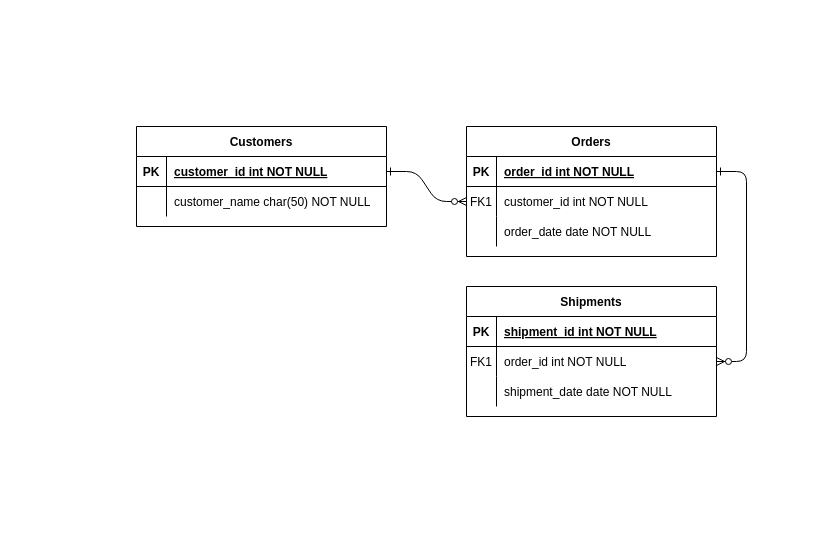
Before: Untitled Diagram.drawio in A41056/ERD, a draw.io diagram. Source tidied: cells renumbered, new cells numbered last; positions are measured from the earlier drawing's top-left corner, leaving out a move shared by most shapes. Both pictures are drawn from the tidied source at 100%, with x=0, y=0 at pixel (136, 126).
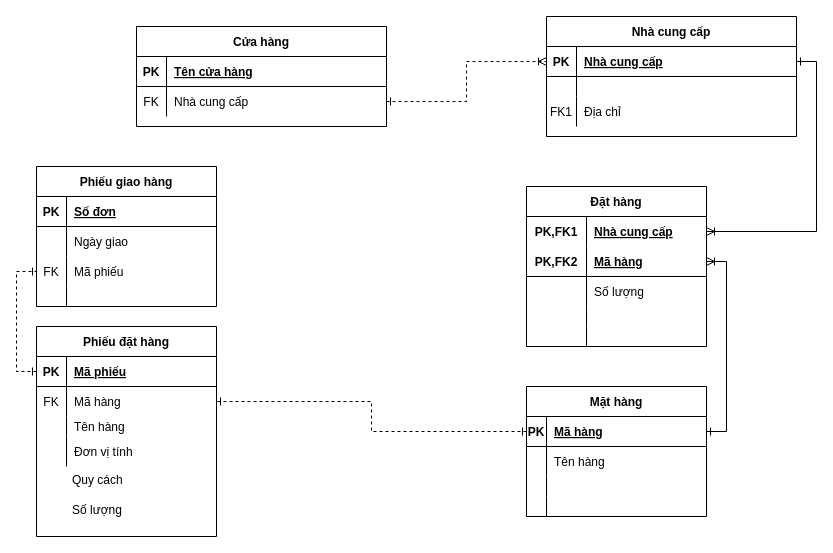
The same diagram, later.

The change refers to these unchanged cells:
```xml
<mxCell id="5" style="shape=partialRectangle;fillColor=none;points=[[0,0.5],[1,0.5]];portConstraint=eastwest;top=0;left=0;right=0;bottom=1;" parent="4" vertex="1">
  <mxGeometry y="30" width="250" height="30" as="geometry" />
</mxCell>
<mxCell id="25" style="shape=partialRectangle;fillColor=none;points=[[0,0.5],[1,0.5]];portConstraint=eastwest;top=0;left=0;right=0;bottom=1;" parent="24" vertex="1">
  <mxGeometry y="30" width="250" height="30" as="geometry" />
</mxCell>
<mxCell id="28" style="shape=partialRectangle;fillColor=none;points=[[0,0.5],[1,0.5]];portConstraint=eastwest;top=0;left=0;right=0;bottom=0;" parent="24" vertex="1">
  <mxGeometry y="60" width="250" height="30" as="geometry" />
</mxCell>
```

Change to the diagram source:
```diff
@@
-    <mxCell id="2" style="edgeStyle=entityRelationEdgeStyle;endArrow=ERzeroToMany;startArrow=ERone;endFill=1;startFill=0;" parent="1" edge="1" source="25" target="8">
-      <mxGeometry relative="1" as="geometry" />
-    </mxCell>
-    <mxCell id="3" style="edgeStyle=entityRelationEdgeStyle;endArrow=ERzeroToMany;startArrow=ERone;endFill=1;startFill=0;" parent="1" edge="1" source="5" target="18">
-      <mxGeometry relative="1" as="geometry" />
-    </mxCell>
-    <mxCell id="4" value="Orders" style="shape=table;startSize=30;childLayout=tableLayout;rowLines=0;fontStyle=1;align=center;" parent="1" vertex="1">
-      <mxGeometry x="330" width="250" height="130" as="geometry" />
+    <mxCell id="4" value="Nhà cung cấp" style="shape=table;startSize=30;childLayout=tableLayout;rowLines=0;fontStyle=1;align=center;" parent="1" vertex="1">
+      <mxGeometry x="410" y="-110" width="250" height="120" as="geometry" />
     </mxCell>
@@
-    <mxCell id="7" value="order_id int NOT NULL " style="shape=partialRectangle;overflow=hidden;fillColor=none;top=0;left=0;bottom=0;right=0;align=left;spacingLeft=6;fontStyle=5;" parent="5" vertex="1">
+    <mxCell id="7" value="Nhà cung cấp" style="shape=partialRectangle;overflow=hidden;fillColor=none;top=0;left=0;bottom=0;right=0;align=left;spacingLeft=6;fontStyle=5;" parent="5" vertex="1">
       <mxGeometry x="30" width="220" height="30" as="geometry" />
     </mxCell>
+    <mxCell id="11" style="shape=partialRectangle;fillColor=none;top=0;left=0;right=0;bottom=0;" parent="4" vertex="1">
+      <mxGeometry y="60" width="250" height="20" as="geometry" />
+    </mxCell>
+    <mxCell id="12" style="shape=partialRectangle;overflow=hidden;fillColor=none;top=0;left=0;bottom=0;right=0;" parent="11" vertex="1">
+      <mxGeometry width="30" height="20" as="geometry" />
+    </mxCell>
+    <mxCell id="13" style="shape=partialRectangle;overflow=hidden;fillColor=none;top=0;left=0;bottom=0;right=0;align=left;spacingLeft=6;" parent="11" vertex="1">
+      <mxGeometry x="30" width="220" height="20" as="geometry" />
+    </mxCell>
     <mxCell id="8" style="shape=partialRectangle;fillColor=none;points=[[0,0.5],[1,0.5]];portConstraint=eastwest;top=0;left=0;right=0;bottom=0;" parent="4" vertex="1">
-      <mxGeometry y="60" width="250" height="30" as="geometry" />
+      <mxGeometry y="80" width="250" height="30" as="geometry" />
     </mxCell>
@@
-    <mxCell id="10" value="customer_id int NOT NULL" style="shape=partialRectangle;overflow=hidden;fillColor=none;top=0;left=0;bottom=0;right=0;align=left;spacingLeft=6;" parent="8" vertex="1">
+    <mxCell id="10" value="Địa chỉ" style="shape=partialRectangle;overflow=hidden;fillColor=none;top=0;left=0;bottom=0;right=0;align=left;spacingLeft=6;" parent="8" vertex="1">
       <mxGeometry x="30" width="220" height="30" as="geometry" />
     </mxCell>
-    <mxCell id="11" style="shape=partialRectangle;fillColor=none;top=0;left=0;right=0;bottom=0;" parent="4" vertex="1">
-      <mxGeometry y="90" width="250" height="30" as="geometry" />
-    </mxCell>
-    <mxCell id="12" style="shape=partialRectangle;overflow=hidden;fillColor=none;top=0;left=0;bottom=0;right=0;" parent="11" vertex="1">
-      <mxGeometry width="30" height="30" as="geometry" />
-    </mxCell>
-    <mxCell id="13" value="order_date date NOT NULL" style="shape=partialRectangle;overflow=hidden;fillColor=none;top=0;left=0;bottom=0;right=0;align=left;spacingLeft=6;" parent="11" vertex="1">
-      <mxGeometry x="30" width="220" height="30" as="geometry" />
-    </mxCell>
-    <mxCell id="14" value="Shipments" style="shape=table;startSize=30;childLayout=tableLayout;rowLines=0;fontStyle=1;align=center;" parent="1" vertex="1">
-      <mxGeometry x="330" y="160" width="250" height="130" as="geometry" />
-    </mxCell>
-    <mxCell id="15" style="shape=partialRectangle;fillColor=none;top=0;left=0;right=0;bottom=1;" parent="14" vertex="1">
-      <mxGeometry y="30" width="250" height="30" as="geometry" />
-    </mxCell>
-    <mxCell id="16" value="PK" style="shape=partialRectangle;overflow=hidden;fillColor=none;top=0;left=0;bottom=0;right=0;fontStyle=1;" parent="15" vertex="1">
-      <mxGeometry width="30" height="30" as="geometry" />
-    </mxCell>
-    <mxCell id="17" value="shipment_id int NOT NULL " style="shape=partialRectangle;overflow=hidden;fillColor=none;top=0;left=0;bottom=0;right=0;align=left;spacingLeft=6;fontStyle=5;" parent="15" vertex="1">
-      <mxGeometry x="30" width="220" height="30" as="geometry" />
-    </mxCell>
-    <mxCell id="18" style="shape=partialRectangle;fillColor=none;points=[[0,0.5],[1,0.5]];portConstraint=eastwest;top=0;left=0;right=0;bottom=0;" parent="14" vertex="1">
-      <mxGeometry y="60" width="250" height="30" as="geometry" />
-    </mxCell>
-    <mxCell id="19" value="FK1" style="shape=partialRectangle;overflow=hidden;fillColor=none;top=0;left=0;bottom=0;right=0;" parent="18" vertex="1">
-      <mxGeometry width="30" height="30" as="geometry" />
-    </mxCell>
-    <mxCell id="20" value="order_id int NOT NULL" style="shape=partialRectangle;overflow=hidden;fillColor=none;top=0;left=0;bottom=0;right=0;align=left;spacingLeft=6;" parent="18" vertex="1">
-      <mxGeometry x="30" width="220" height="30" as="geometry" />
-    </mxCell>
-    <mxCell id="21" style="shape=partialRectangle;fillColor=none;top=0;left=0;right=0;bottom=0;" parent="14" vertex="1">
-      <mxGeometry y="90" width="250" height="30" as="geometry" />
-    </mxCell>
-    <mxCell id="22" style="shape=partialRectangle;overflow=hidden;fillColor=none;top=0;left=0;bottom=0;right=0;" parent="21" vertex="1">
-      <mxGeometry width="30" height="30" as="geometry" />
-    </mxCell>
-    <mxCell id="23" value="shipment_date date NOT NULL" style="shape=partialRectangle;overflow=hidden;fillColor=none;top=0;left=0;bottom=0;right=0;align=left;spacingLeft=6;" parent="21" vertex="1">
-      <mxGeometry x="30" width="220" height="30" as="geometry" />
-    </mxCell>
-    <mxCell id="24" value="Customers" style="shape=table;startSize=30;childLayout=tableLayout;rowLines=0;fontStyle=1;align=center;" parent="1" vertex="1">
-      <mxGeometry width="250" height="100" as="geometry" />
+    <mxCell id="24" value="Cửa hàng" style="shape=table;startSize=30;childLayout=tableLayout;rowLines=0;fontStyle=1;align=center;" parent="1" vertex="1">
+      <mxGeometry y="-100" width="250" height="100" as="geometry" />
     </mxCell>
@@
-    <mxCell id="27" value="customer_id int NOT NULL " style="shape=partialRectangle;overflow=hidden;fillColor=none;top=0;left=0;bottom=0;right=0;align=left;spacingLeft=6;fontStyle=5;" parent="25" vertex="1">
+    <mxCell id="27" value="Tên cửa hàng" style="shape=partialRectangle;overflow=hidden;fillColor=none;top=0;left=0;bottom=0;right=0;align=left;spacingLeft=6;fontStyle=5;" parent="25" vertex="1">
       <mxGeometry x="30" width="220" height="30" as="geometry" />
     </mxCell>
@@
-    <mxCell id="29" style="shape=partialRectangle;overflow=hidden;fillColor=none;top=0;left=0;bottom=0;right=0;" parent="28" vertex="1">
+    <mxCell id="29" value="FK" style="shape=partialRectangle;overflow=hidden;fillColor=none;top=0;left=0;bottom=0;right=0;" parent="28" vertex="1">
       <mxGeometry width="30" height="30" as="geometry" />
     </mxCell>
-    <mxCell id="30" value="customer_name char(50) NOT NULL" style="shape=partialRectangle;overflow=hidden;fillColor=none;top=0;left=0;bottom=0;right=0;align=left;spacingLeft=6;" parent="28" vertex="1">
+    <mxCell id="30" value="Nhà cung cấp " style="shape=partialRectangle;overflow=hidden;fillColor=none;top=0;left=0;bottom=0;right=0;align=left;spacingLeft=6;" parent="28" vertex="1">
       <mxGeometry x="30" width="220" height="30" as="geometry" />
     </mxCell>
+    <mxCell id="31" value="Phiếu đặt hàng" style="shape=table;startSize=30;childLayout=tableLayout;rowLines=0;fontStyle=1;align=center;" parent="1" vertex="1">
+      <mxGeometry x="-100" y="200" width="180" height="210" as="geometry" />
+    </mxCell>
+    <mxCell id="32" style="shape=partialRectangle;fillColor=none;top=0;left=0;bottom=1;right=0;points=[[0,0.5],[1,0.5]];portConstraint=eastwest;" parent="31" vertex="1">
+      <mxGeometry y="30" width="180" height="30" as="geometry" />
+    </mxCell>
+    <mxCell id="33" value="PK" style="shape=partialRectangle;fillColor=none;top=0;left=0;bottom=0;right=0;fontStyle=1;overflow=hidden;" parent="32" vertex="1">
+      <mxGeometry width="30" height="30" as="geometry" />
+    </mxCell>
+    <mxCell id="34" value="Mã phiếu" style="shape=partialRectangle;fillColor=none;top=0;left=0;bottom=0;right=0;align=left;spacingLeft=6;fontStyle=5;overflow=hidden;" parent="32" vertex="1">
+      <mxGeometry x="30" width="150" height="30" as="geometry" />
+    </mxCell>
+    <mxCell id="35" style="shape=partialRectangle;fillColor=none;top=0;left=0;bottom=0;right=0;points=[[0,0.5],[1,0.5]];portConstraint=eastwest;" parent="31" vertex="1">
+      <mxGeometry y="60" width="180" height="30" as="geometry" />
+    </mxCell>
+    <mxCell id="36" value="FK" style="shape=partialRectangle;fillColor=none;top=0;left=0;bottom=0;right=0;overflow=hidden;" parent="35" vertex="1">
+      <mxGeometry width="30" height="30" as="geometry" />
+    </mxCell>
+    <mxCell id="37" value="Mã hàng" style="shape=partialRectangle;fillColor=none;top=0;left=0;bottom=0;right=0;align=left;spacingLeft=6;overflow=hidden;" parent="35" vertex="1">
+      <mxGeometry x="30" width="150" height="30" as="geometry" />
+    </mxCell>
+    <mxCell id="38" style="shape=partialRectangle;fillColor=none;top=0;left=0;bottom=0;right=0;" parent="31" vertex="1">
+      <mxGeometry y="90" width="180" height="20" as="geometry" />
+    </mxCell>
+    <mxCell id="39" style="shape=partialRectangle;fillColor=none;top=0;left=0;bottom=0;right=0;overflow=hidden;" parent="38" vertex="1">
+      <mxGeometry width="30" height="20" as="geometry" />
+    </mxCell>
+    <mxCell id="40" value="Tên hàng" style="shape=partialRectangle;fillColor=none;top=0;left=0;bottom=0;right=0;align=left;spacingLeft=6;overflow=hidden;" parent="38" vertex="1">
+      <mxGeometry x="30" width="150" height="20" as="geometry" />
+    </mxCell>
+    <mxCell id="41" style="shape=partialRectangle;fillColor=none;top=0;left=0;bottom=0;right=0;" parent="31" vertex="1">
+      <mxGeometry y="110" width="180" height="30" as="geometry" />
+    </mxCell>
+    <mxCell id="42" style="shape=partialRectangle;fillColor=none;top=0;left=0;bottom=0;right=0;overflow=hidden;" parent="41" vertex="1">
+      <mxGeometry width="30" height="30" as="geometry" />
+    </mxCell>
+    <mxCell id="43" value="Đơn vị tính" style="shape=partialRectangle;fillColor=none;top=0;left=0;bottom=0;right=0;align=left;spacingLeft=6;overflow=hidden;" parent="41" vertex="1">
+      <mxGeometry x="30" width="150" height="30" as="geometry" />
+    </mxCell>
+    <mxCell id="44" value="Quy cách " style="text;strokeColor=none;fillColor=none;spacingLeft=4;spacingRight=4;overflow=hidden;fontSize=12;" parent="1" vertex="1">
+      <mxGeometry x="-70" y="340" width="150" height="30" as="geometry" />
+    </mxCell>
+    <mxCell id="45" value="Số lượng" style="text;strokeColor=none;fillColor=none;spacingLeft=4;spacingRight=4;overflow=hidden;fontSize=12;" parent="1" vertex="1">
+      <mxGeometry x="-70" y="370" width="150" height="30" as="geometry" />
+    </mxCell>
+    <mxCell id="46" value="Phiếu giao hàng" style="shape=table;startSize=30;childLayout=tableLayout;rowLines=0;fontStyle=1;align=center;" parent="1" vertex="1">
+      <mxGeometry x="-100" y="40" width="180" height="140" as="geometry" />
+    </mxCell>
+    <mxCell id="47" style="shape=partialRectangle;fillColor=none;top=0;left=0;bottom=1;right=0;" parent="46" vertex="1">
+      <mxGeometry y="30" width="180" height="30" as="geometry" />
+    </mxCell>
+    <mxCell id="48" value="PK" style="shape=partialRectangle;fillColor=none;top=0;left=0;bottom=0;right=0;fontStyle=1;overflow=hidden;" parent="47" vertex="1">
+      <mxGeometry width="30" height="30" as="geometry" />
+    </mxCell>
+    <mxCell id="49" value="Số đơn" style="shape=partialRectangle;fillColor=none;top=0;left=0;bottom=0;right=0;align=left;spacingLeft=6;fontStyle=5;overflow=hidden;" parent="47" vertex="1">
+      <mxGeometry x="30" width="150" height="30" as="geometry" />
+    </mxCell>
+    <mxCell id="50" style="shape=partialRectangle;fillColor=none;top=0;left=0;bottom=0;right=0;" parent="46" vertex="1">
+      <mxGeometry y="60" width="180" height="30" as="geometry" />
+    </mxCell>
+    <mxCell id="51" style="shape=partialRectangle;fillColor=none;top=0;left=0;bottom=0;right=0;overflow=hidden;" parent="50" vertex="1">
+      <mxGeometry width="30" height="30" as="geometry" />
+    </mxCell>
+    <mxCell id="52" value="Ngày giao" style="shape=partialRectangle;fillColor=none;top=0;left=0;bottom=0;right=0;align=left;spacingLeft=6;overflow=hidden;" parent="50" vertex="1">
+      <mxGeometry x="30" width="150" height="30" as="geometry" />
+    </mxCell>
+    <mxCell id="53" style="shape=partialRectangle;fillColor=none;top=0;left=0;bottom=0;right=0;points=[[0,0.5],[1,0.5]];portConstraint=eastwest;" parent="46" vertex="1">
+      <mxGeometry y="90" width="180" height="30" as="geometry" />
+    </mxCell>
+    <mxCell id="54" value="FK" style="shape=partialRectangle;fillColor=none;top=0;left=0;bottom=0;right=0;overflow=hidden;" parent="53" vertex="1">
+      <mxGeometry width="30" height="30" as="geometry" />
+    </mxCell>
+    <mxCell id="55" value="Mã phiếu" style="shape=partialRectangle;fillColor=none;top=0;left=0;bottom=0;right=0;align=left;spacingLeft=6;overflow=hidden;" parent="53" vertex="1">
+      <mxGeometry x="30" width="150" height="30" as="geometry" />
+    </mxCell>
+    <mxCell id="56" style="shape=partialRectangle;fillColor=none;top=0;left=0;bottom=0;right=0;" parent="46" vertex="1">
+      <mxGeometry y="120" width="180" height="20" as="geometry" />
+    </mxCell>
+    <mxCell id="57" style="shape=partialRectangle;fillColor=none;top=0;left=0;bottom=0;right=0;overflow=hidden;" parent="56" vertex="1">
+      <mxGeometry width="30" height="20" as="geometry" />
+    </mxCell>
+    <mxCell id="58" style="shape=partialRectangle;fillColor=none;top=0;left=0;bottom=0;right=0;align=left;spacingLeft=6;overflow=hidden;" parent="56" vertex="1">
+      <mxGeometry x="30" width="150" height="20" as="geometry" />
+    </mxCell>
+    <mxCell id="59" value="Mặt hàng" style="shape=table;startSize=30;childLayout=tableLayout;rowLines=0;fontStyle=1;align=center;" parent="1" vertex="1">
+      <mxGeometry x="390" y="260" width="180" height="130" as="geometry" />
+    </mxCell>
+    <mxCell id="60" style="shape=partialRectangle;fillColor=none;top=0;left=0;bottom=1;right=0;points=[[0,0.5],[1,0.5]];portConstraint=eastwest;" parent="59" vertex="1">
+      <mxGeometry y="30" width="180" height="30" as="geometry" />
+    </mxCell>
+    <mxCell id="61" value="PK" style="shape=partialRectangle;fillColor=none;top=0;left=0;bottom=0;right=0;fontStyle=1;overflow=hidden;" parent="60" vertex="1">
+      <mxGeometry width="20" height="30" as="geometry" />
+    </mxCell>
+    <mxCell id="62" value="Mã hàng" style="shape=partialRectangle;fillColor=none;top=0;left=0;bottom=0;right=0;align=left;spacingLeft=6;fontStyle=5;overflow=hidden;" parent="60" vertex="1">
+      <mxGeometry x="20" width="160" height="30" as="geometry" />
+    </mxCell>
+    <mxCell id="63" style="shape=partialRectangle;fillColor=none;top=0;left=0;bottom=0;right=0;" parent="59" vertex="1">
+      <mxGeometry y="60" width="180" height="30" as="geometry" />
+    </mxCell>
+    <mxCell id="64" style="shape=partialRectangle;fillColor=none;top=0;left=0;bottom=0;right=0;overflow=hidden;" parent="63" vertex="1">
+      <mxGeometry width="20" height="30" as="geometry" />
+    </mxCell>
+    <mxCell id="65" value="Tên hàng" style="shape=partialRectangle;fillColor=none;top=0;left=0;bottom=0;right=0;align=left;spacingLeft=6;overflow=hidden;" parent="63" vertex="1">
+      <mxGeometry x="20" width="160" height="30" as="geometry" />
+    </mxCell>
+    <mxCell id="66" style="shape=partialRectangle;fillColor=none;top=0;left=0;bottom=0;right=0;" parent="59" vertex="1">
+      <mxGeometry y="90" width="180" height="20" as="geometry" />
+    </mxCell>
+    <mxCell id="67" style="shape=partialRectangle;fillColor=none;top=0;left=0;bottom=0;right=0;overflow=hidden;" parent="66" vertex="1">
+      <mxGeometry width="20" height="20" as="geometry" />
+    </mxCell>
+    <mxCell id="68" style="shape=partialRectangle;fillColor=none;top=0;left=0;bottom=0;right=0;align=left;spacingLeft=6;overflow=hidden;" parent="66" vertex="1">
+      <mxGeometry x="20" width="160" height="20" as="geometry" />
+    </mxCell>
+    <mxCell id="69" style="shape=partialRectangle;fillColor=none;top=0;left=0;bottom=0;right=0;" parent="59" vertex="1">
+      <mxGeometry y="110" width="180" height="20" as="geometry" />
+    </mxCell>
+    <mxCell id="70" style="shape=partialRectangle;fillColor=none;top=0;left=0;bottom=0;right=0;overflow=hidden;" parent="69" vertex="1">
+      <mxGeometry width="20" height="20" as="geometry" />
+    </mxCell>
+    <mxCell id="71" style="shape=partialRectangle;fillColor=none;top=0;left=0;bottom=0;right=0;align=left;spacingLeft=6;overflow=hidden;" parent="69" vertex="1">
+      <mxGeometry x="20" width="160" height="20" as="geometry" />
+    </mxCell>
+    <mxCell id="72" value="Đặt hàng" style="shape=table;startSize=30;childLayout=tableLayout;rowLines=0;fontStyle=1;align=center;" parent="1" vertex="1">
+      <mxGeometry x="390" y="60" width="180" height="160" as="geometry" />
+    </mxCell>
+    <mxCell id="73" style="shape=partialRectangle;fillColor=none;top=0;left=0;bottom=0;right=0;points=[[0,0.5],[1,0.5]];portConstraint=eastwest;" parent="72" vertex="1">
+      <mxGeometry y="30" width="180" height="30" as="geometry" />
+    </mxCell>
+    <mxCell id="74" value="PK,FK1" style="shape=partialRectangle;fillColor=none;top=0;left=0;bottom=0;right=0;fontStyle=1;overflow=hidden;" parent="73" vertex="1">
+      <mxGeometry width="60" height="30" as="geometry" />
+    </mxCell>
+    <mxCell id="75" value="Nhà cung cấp" style="shape=partialRectangle;fillColor=none;top=0;left=0;bottom=0;right=0;align=left;spacingLeft=6;fontStyle=5;overflow=hidden;" parent="73" vertex="1">
+      <mxGeometry x="60" width="120" height="30" as="geometry" />
+    </mxCell>
+    <mxCell id="76" style="shape=partialRectangle;fillColor=none;top=0;left=0;bottom=1;right=0;points=[[0,0.5],[1,0.5]];portConstraint=eastwest;" parent="72" vertex="1">
+      <mxGeometry y="60" width="180" height="30" as="geometry" />
+    </mxCell>
+    <mxCell id="77" value="PK,FK2" style="shape=partialRectangle;fillColor=none;top=0;left=0;bottom=0;right=0;fontStyle=1;overflow=hidden;" parent="76" vertex="1">
+      <mxGeometry width="60" height="30" as="geometry" />
+    </mxCell>
+    <mxCell id="78" value="Mã hàng" style="shape=partialRectangle;fillColor=none;top=0;left=0;bottom=0;right=0;align=left;spacingLeft=6;fontStyle=5;overflow=hidden;" parent="76" vertex="1">
+      <mxGeometry x="60" width="120" height="30" as="geometry" />
+    </mxCell>
+    <mxCell id="79" style="shape=partialRectangle;fillColor=none;top=0;left=0;bottom=0;right=0;" parent="72" vertex="1">
+      <mxGeometry y="90" width="180" height="30" as="geometry" />
+    </mxCell>
+    <mxCell id="80" style="shape=partialRectangle;fillColor=none;top=0;left=0;bottom=0;right=0;overflow=hidden;" parent="79" vertex="1">
+      <mxGeometry width="60" height="30" as="geometry" />
+    </mxCell>
+    <mxCell id="81" value="Số lượng" style="shape=partialRectangle;fillColor=none;top=0;left=0;bottom=0;right=0;align=left;spacingLeft=6;overflow=hidden;" parent="79" vertex="1">
+      <mxGeometry x="60" width="120" height="30" as="geometry" />
+    </mxCell>
+    <mxCell id="82" style="shape=partialRectangle;fillColor=none;top=0;left=0;bottom=0;right=0;" parent="72" vertex="1">
+      <mxGeometry y="120" width="180" height="20" as="geometry" />
+    </mxCell>
+    <mxCell id="83" style="shape=partialRectangle;fillColor=none;top=0;left=0;bottom=0;right=0;overflow=hidden;" parent="82" vertex="1">
+      <mxGeometry width="60" height="20" as="geometry" />
+    </mxCell>
+    <mxCell id="84" style="shape=partialRectangle;fillColor=none;top=0;left=0;bottom=0;right=0;align=left;spacingLeft=6;overflow=hidden;" parent="82" vertex="1">
+      <mxGeometry x="60" width="120" height="20" as="geometry" />
+    </mxCell>
+    <mxCell id="85" style="shape=partialRectangle;fillColor=none;top=0;left=0;bottom=0;right=0;" parent="72" vertex="1">
+      <mxGeometry y="140" width="180" height="20" as="geometry" />
+    </mxCell>
+    <mxCell id="86" style="shape=partialRectangle;fillColor=none;top=0;left=0;bottom=0;right=0;overflow=hidden;" parent="85" vertex="1">
+      <mxGeometry width="60" height="20" as="geometry" />
+    </mxCell>
+    <mxCell id="87" style="shape=partialRectangle;fillColor=none;top=0;left=0;bottom=0;right=0;align=left;spacingLeft=6;overflow=hidden;" parent="85" vertex="1">
+      <mxGeometry x="60" width="120" height="20" as="geometry" />
+    </mxCell>
+    <mxCell id="88" style="edgeStyle=orthogonalEdgeStyle;rounded=0;jettySize=auto;html=1;entryX=0;entryY=0.5;entryDx=0;entryDy=0;dashed=1;startArrow=ERone;startFill=0;endArrow=ERoneToMany;endFill=0;" parent="1" edge="1" source="28" target="5">
+      <mxGeometry relative="1" as="geometry" />
+    </mxCell>
+    <mxCell id="89" style="edgeStyle=orthogonalEdgeStyle;rounded=0;jettySize=auto;html=1;entryX=1;entryY=0.5;entryDx=0;entryDy=0;startArrow=ERoneToMany;startFill=0;endArrow=ERone;endFill=0;" parent="1" edge="1" source="73" target="5">
+      <mxGeometry relative="1" as="geometry" />
+    </mxCell>
+    <mxCell id="90" style="edgeStyle=orthogonalEdgeStyle;rounded=0;jettySize=auto;html=1;entryX=1;entryY=0.5;entryDx=0;entryDy=0;startArrow=ERone;startFill=0;endArrow=ERoneToMany;endFill=0;" parent="1" edge="1" source="60" target="76">
+      <mxGeometry relative="1" as="geometry">
+        <Array as="points">
+          <mxPoint x="590" y="305" />
+          <mxPoint x="590" y="135" />
+        </Array>
+      </mxGeometry>
+    </mxCell>
+    <mxCell id="91" style="edgeStyle=orthogonalEdgeStyle;rounded=0;jettySize=auto;html=1;startArrow=ERone;startFill=0;endArrow=ERone;endFill=0;dashed=1;" parent="1" edge="1" source="60" target="35">
+      <mxGeometry relative="1" as="geometry" />
+    </mxCell>
+    <mxCell id="92" style="edgeStyle=orthogonalEdgeStyle;rounded=0;jettySize=auto;html=1;entryX=0;entryY=0.5;entryDx=0;entryDy=0;dashed=1;startArrow=ERone;startFill=0;endArrow=ERone;endFill=0;" parent="1" edge="1" source="32" target="53">
+      <mxGeometry relative="1" as="geometry" />
+    </mxCell>
```
